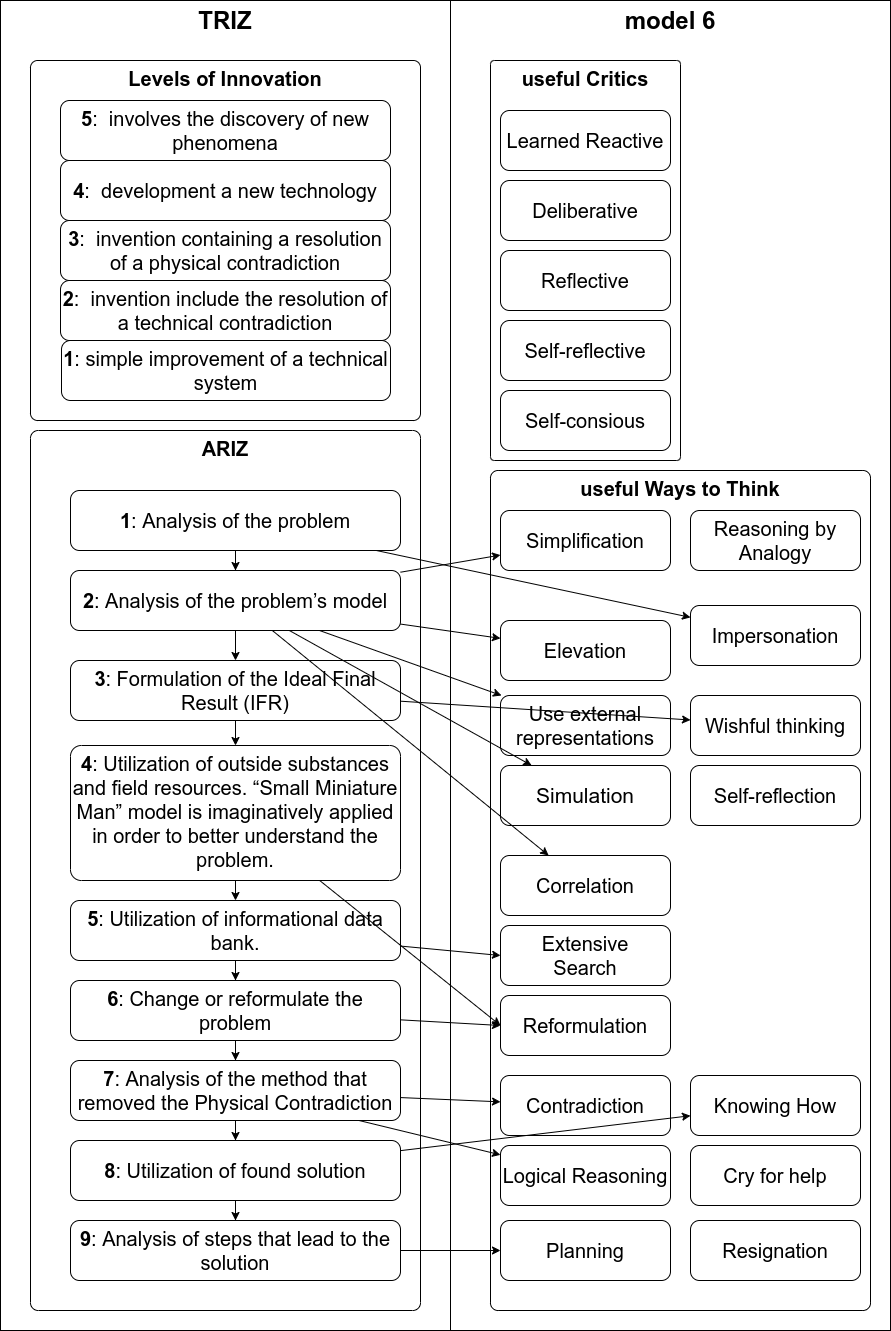
Earlier version of the draw.io export AI_Neurotechnologies_bla_bla_bla_course/TRIZ_model_6_mapping.png (max-talanov/1). Source tidied: cells renumbered, new cells last; positions are measured from the earlier drawing's top-left corner, leaving out a move shared by most shapes.
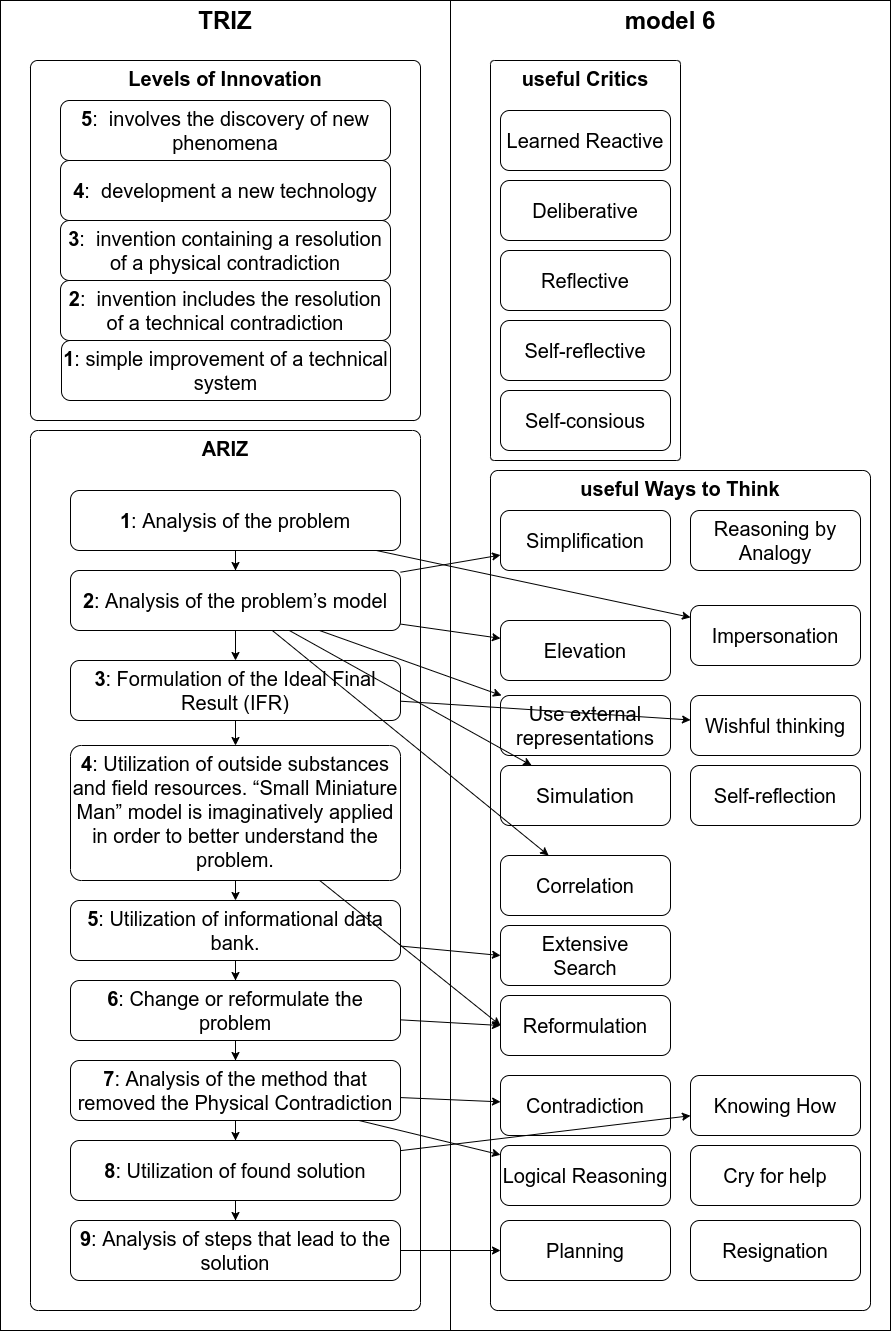
After the commit.

The edit, as a diff of the source:
```diff
@@ -33,7 +33,7 @@
     <mxCell id="12" value="&lt;b&gt;1&lt;/b&gt;:&amp;nbsp;&lt;span style=&quot;font-family: &amp;#34;arial&amp;#34;&quot;&gt;simple improvement of a technical system&lt;/span&gt;" style="rounded=1;whiteSpace=wrap;html=1;fontSize=20;" parent="4" vertex="1">
       <mxGeometry x="61" y="340" width="329" height="60" as="geometry" />
     </mxCell>
-    <mxCell id="13" value="&lt;b&gt;2&lt;/b&gt;:&amp;nbsp;&lt;b&gt;&lt;span style=&quot;font-family: &amp;#34;arial&amp;#34;&quot;&gt; &lt;/span&gt;&lt;/b&gt;&lt;span style=&quot;font-family: &amp;#34;arial&amp;#34;&quot;&gt;invention include the resolution of a technical contradiction&lt;/span&gt;" style="rounded=1;whiteSpace=wrap;html=1;fontSize=20;" parent="4" vertex="1">
+    <mxCell id="13" value="&lt;b&gt;2&lt;/b&gt;:&amp;nbsp;&lt;b&gt;&lt;span style=&quot;font-family: &amp;#34;arial&amp;#34;&quot;&gt; &lt;/span&gt;&lt;/b&gt;&lt;span style=&quot;font-family: &amp;#34;arial&amp;#34;&quot;&gt;invention includes the resolution of a technical contradiction&lt;/span&gt;" style="rounded=1;whiteSpace=wrap;html=1;fontSize=20;" parent="4" vertex="1">
       <mxGeometry x="60" y="280" width="330" height="60" as="geometry" />
     </mxCell>
     <mxCell id="14" value="&lt;b&gt;3&lt;/b&gt;:&amp;nbsp;&lt;b&gt;&lt;span style=&quot;font-family: &amp;#34;arial&amp;#34;&quot;&gt;&amp;nbsp;&lt;/span&gt;&lt;/b&gt;&lt;span style=&quot;font-family: &amp;#34;arial&amp;#34;&quot;&gt;invention containing a resolution of a physical contradiction&lt;/span&gt;" style="rounded=1;whiteSpace=wrap;html=1;fontSize=20;" parent="4" vertex="1">
```
